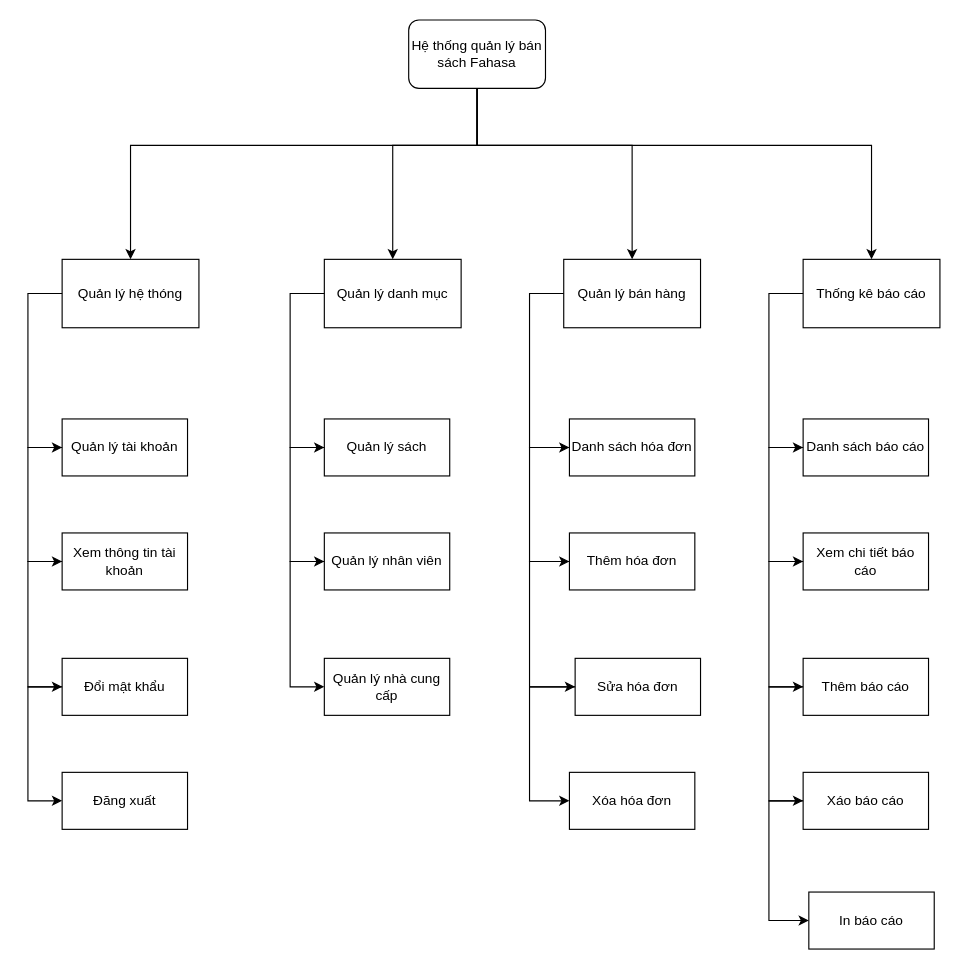
Earlier version of the draw.io diagram drawo.drawio (ducprox0103/ducprox0103.github.io). Source tidied: cells renumbered, new cells numbered last; positions are measured from the earlier drawing's top-left corner, leaving out a move shared by most shapes. Both pictures are drawn from the tidied source at 114%, with x=0, y=0 at pixel (27, 19).
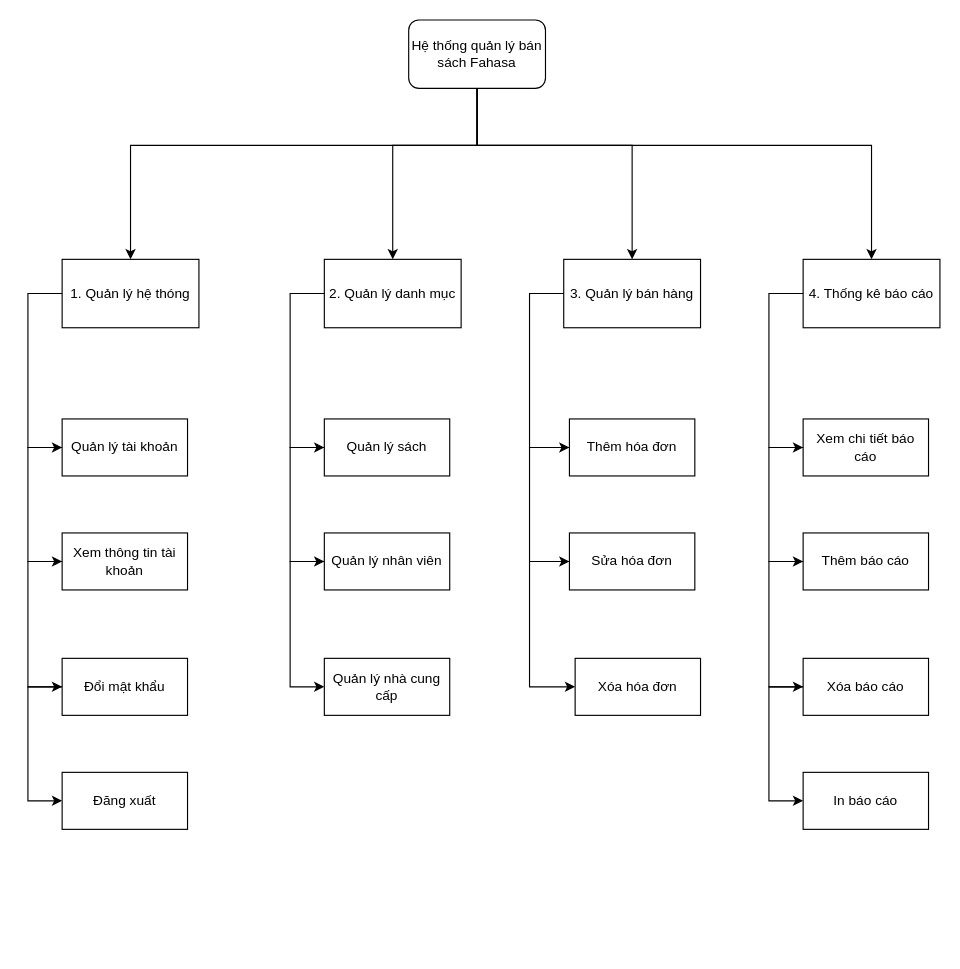
After the change.

The edit, as a diff of the source:
```diff
@@
-    <mxCell id="3" value="Quản lý hệ thóng" style="rounded=0;whiteSpace=wrap;html=1;" parent="1" vertex="1">
+    <mxCell id="3" value="1. Quản lý hệ thóng" style="rounded=0;whiteSpace=wrap;html=1;" parent="1" vertex="1">
       <mxGeometry x="30" y="210" width="120" height="60" as="geometry" />
     </mxCell>
@@
-    <mxCell id="12" value="Quản lý danh mục" style="rounded=0;whiteSpace=wrap;html=1;" parent="1" vertex="1">
+    <mxCell id="12" value="2. Quản lý danh mục" style="rounded=0;whiteSpace=wrap;html=1;" parent="1" vertex="1">
       <mxGeometry x="260" y="210" width="120" height="60" as="geometry" />
     </mxCell>
@@
-    <mxCell id="19" value="Quản lý bán hàng" style="rounded=0;whiteSpace=wrap;html=1;" parent="1" vertex="1">
+    <mxCell id="19" value="3. Quản lý bán hàng" style="rounded=0;whiteSpace=wrap;html=1;" parent="1" vertex="1">
       <mxGeometry x="470" y="210" width="120" height="60" as="geometry" />
     </mxCell>
-    <mxCell id="20" value="Danh sách hóa đơn" style="rounded=0;whiteSpace=wrap;html=1;" parent="1" vertex="1">
+    <mxCell id="20" value="Thêm hóa đơn" style="rounded=0;whiteSpace=wrap;html=1;" parent="1" vertex="1">
       <mxGeometry x="475" y="350" width="110" height="50" as="geometry" />
     </mxCell>
-    <mxCell id="21" value="Xóa hóa đơn" style="rounded=0;whiteSpace=wrap;html=1;" parent="1" vertex="1">
-      <mxGeometry x="475" y="660" width="110" height="50" as="geometry" />
-    </mxCell>
-    <mxCell id="22" value="Sửa hóa đơn" style="rounded=0;whiteSpace=wrap;html=1;" parent="1" vertex="1">
+    <mxCell id="22" value="Xóa hóa đơn" style="rounded=0;whiteSpace=wrap;html=1;" parent="1" vertex="1">
       <mxGeometry x="480" y="560" width="110" height="50" as="geometry" />
     </mxCell>
-    <mxCell id="23" value="Thêm hóa đơn" style="rounded=0;whiteSpace=wrap;html=1;" parent="1" vertex="1">
+    <mxCell id="23" value="Sửa hóa đơn" style="rounded=0;whiteSpace=wrap;html=1;" parent="1" vertex="1">
       <mxGeometry x="475" y="450" width="110" height="50" as="geometry" />
     </mxCell>
@@
-    <mxCell id="27" style="edgeStyle=segmentEdgeStyle;endArrow=classic;html=1;rounded=0;exitX=0;exitY=0.5;exitDx=0;exitDy=0;entryX=0;entryY=0.5;entryDx=0;entryDy=0;" parent="1" edge="1" source="22" target="21">
-      <mxGeometry relative="1" as="geometry">
-        <Array as="points">
-          <mxPoint x="440" y="585" />
-          <mxPoint x="440" y="685" />
-        </Array>
-      </mxGeometry>
-    </mxCell>
-    <mxCell id="28" value="Thống kê báo cáo" style="rounded=0;whiteSpace=wrap;html=1;" parent="1" vertex="1">
+    <mxCell id="28" value="4. Thống kê báo cáo" style="rounded=0;whiteSpace=wrap;html=1;" parent="1" vertex="1">
       <mxGeometry x="680" y="210" width="120" height="60" as="geometry" />
     </mxCell>
-    <mxCell id="29" value="Danh sách báo cáo" style="rounded=0;whiteSpace=wrap;html=1;" parent="1" vertex="1">
+    <mxCell id="29" value="Xem chi tiết báo cáo" style="rounded=0;whiteSpace=wrap;html=1;" parent="1" vertex="1">
       <mxGeometry x="680" y="350" width="110" height="50" as="geometry" />
     </mxCell>
-    <mxCell id="30" value="Xáo báo cáo" style="rounded=0;whiteSpace=wrap;html=1;" parent="1" vertex="1">
+    <mxCell id="30" value="In báo cáo" style="rounded=0;whiteSpace=wrap;html=1;" parent="1" vertex="1">
       <mxGeometry x="680" y="660" width="110" height="50" as="geometry" />
     </mxCell>
-    <mxCell id="31" value="Thêm báo cáo" style="rounded=0;whiteSpace=wrap;html=1;" parent="1" vertex="1">
+    <mxCell id="31" value="Xóa báo cáo" style="rounded=0;whiteSpace=wrap;html=1;" parent="1" vertex="1">
       <mxGeometry x="680" y="560" width="110" height="50" as="geometry" />
     </mxCell>
-    <mxCell id="32" value="Xem chi tiết báo cáo" style="rounded=0;whiteSpace=wrap;html=1;" parent="1" vertex="1">
+    <mxCell id="32" value="&lt;span&gt;Thêm báo cáo&lt;/span&gt;" style="rounded=0;whiteSpace=wrap;html=1;" parent="1" vertex="1">
       <mxGeometry x="680" y="450" width="110" height="50" as="geometry" />
     </mxCell>
@@
-    <mxCell id="41" value="In báo cáo" style="rounded=0;whiteSpace=wrap;html=1;" parent="1" vertex="1">
-      <mxGeometry x="685" y="765" width="110" height="50" as="geometry" />
-    </mxCell>
-    <mxCell id="42" style="edgeStyle=segmentEdgeStyle;endArrow=classic;html=1;rounded=0;exitX=0;exitY=0.5;exitDx=0;exitDy=0;entryX=0;entryY=0.5;entryDx=0;entryDy=0;" parent="1" edge="1" source="30" target="41">
-      <mxGeometry relative="1" as="geometry">
-        <Array as="points">
-          <mxPoint x="650" y="685" />
-          <mxPoint x="650" y="790" />
-        </Array>
-      </mxGeometry>
-    </mxCell>
```
